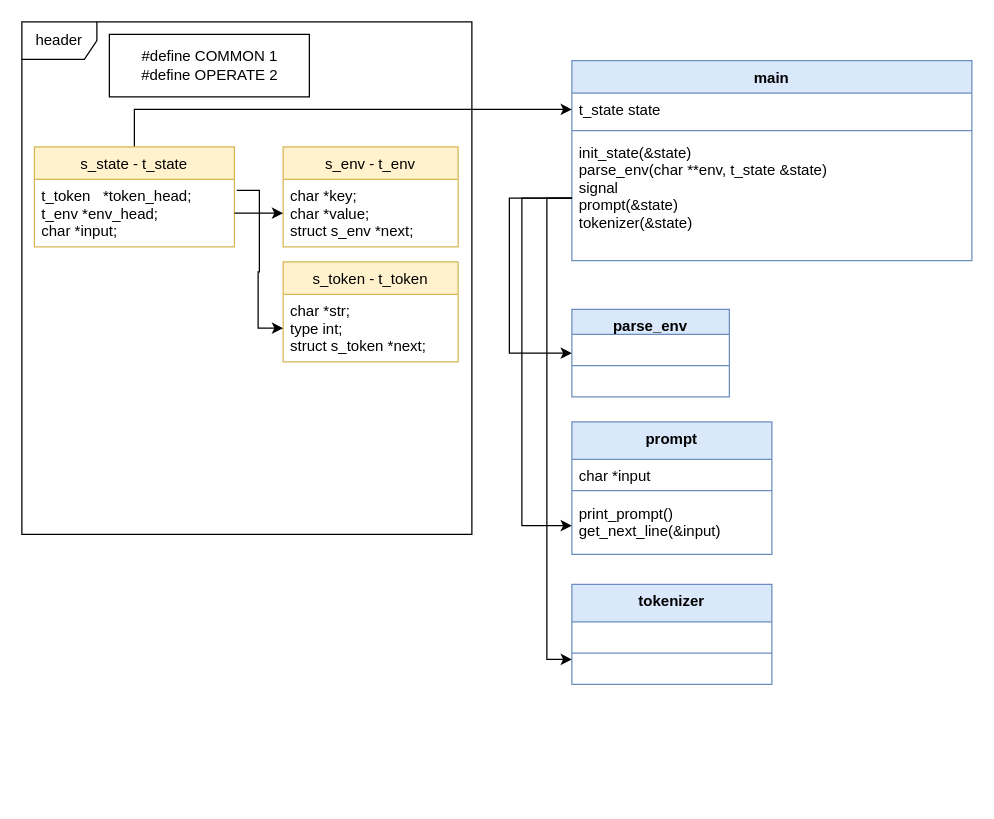
Earlier version of the draw.io diagram UML/minishellUML.drawio (lina0322/42seoul_minishell). Source tidied: cells renumbered, new cells numbered last; positions are measured from the earlier drawing's top-left corner, leaving out a move shared by most shapes. Both pictures are drawn from the tidied source at 125%, with x=0, y=0 at pixel (21, 21).
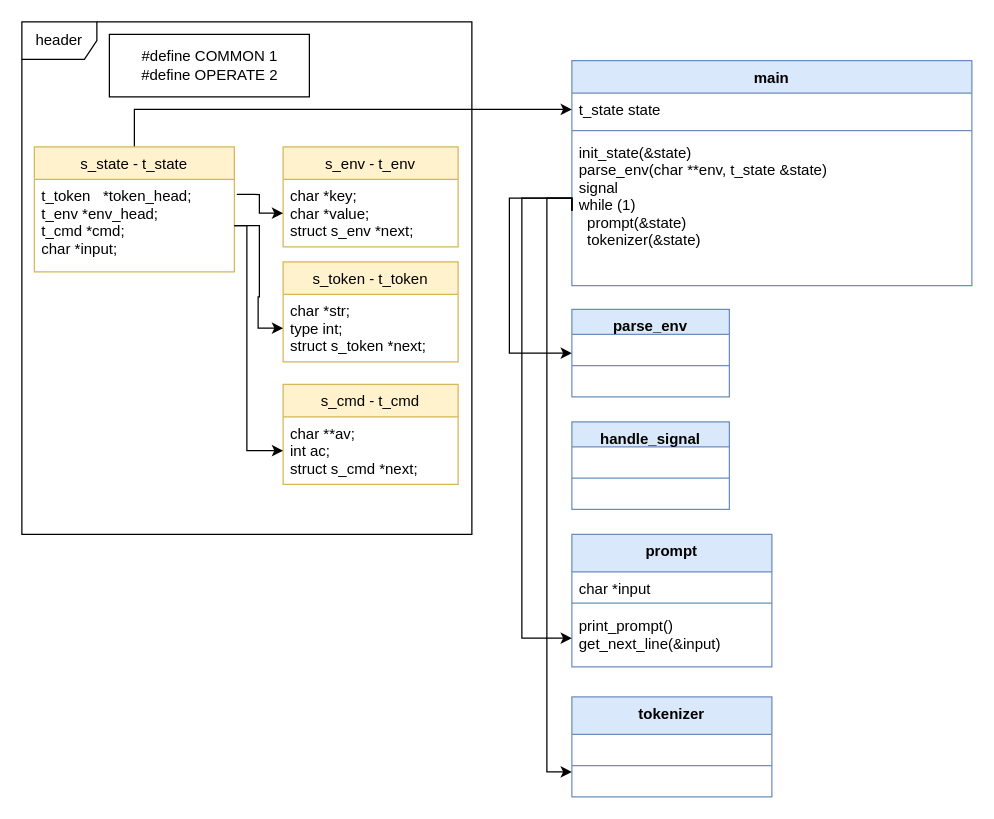
Above is the later version.

Unchanged cells that the change refers to:
```xml
<mxCell id="19" value="print_prompt()&#10;get_next_line(&amp;input)&#10;" style="text;strokeColor=none;fillColor=none;align=left;verticalAlign=top;spacingLeft=4;spacingRight=4;overflow=hidden;points=[[0,0.5],[1,0.5]];portConstraint=eastwest;" parent="16" vertex="1">
  <mxGeometry y="60" width="160" height="46" as="geometry" />
</mxCell>
```

Change to the diagram source:
```diff
@@
     <mxCell id="3" value="main" style="swimlane;fontStyle=1;align=center;verticalAlign=top;horizontal=1;startSize=26;fillColor=#dae8fc;strokeColor=#6c8ebf;" parent="1" vertex="1">
-      <mxGeometry x="440" y="31" width="320" height="160" as="geometry" />
+      <mxGeometry x="440" y="31" width="320" height="180" as="geometry" />
     </mxCell>
@@
-    <mxCell id="6" value="init_state(&amp;state)&#10;parse_env(char **env, t_state &amp;state)&#10;signal&#10;prompt(&amp;state)&#10;tokenizer(&amp;state)&#10;" style="text;strokeColor=none;fillColor=none;align=left;verticalAlign=top;spacingLeft=4;spacingRight=4;overflow=hidden;points=[[0,0.5],[1,0.5]];portConstraint=eastwest;" parent="3" vertex="1">
-      <mxGeometry y="60" width="320" height="100" as="geometry" />
+    <mxCell id="6" value="init_state(&amp;state)&#10;parse_env(char **env, t_state &amp;state)&#10;signal&#10;while (1)&#10;  prompt(&amp;state)&#10;  tokenizer(&amp;state)&#10;" style="text;strokeColor=none;fillColor=none;align=left;verticalAlign=top;spacingLeft=4;spacingRight=4;overflow=hidden;points=[[0,0.5],[1,0.5]];portConstraint=eastwest;" parent="3" vertex="1">
+      <mxGeometry y="60" width="320" height="120" as="geometry" />
     </mxCell>
@@
     <mxCell id="10" value="s_state - t_state" style="swimlane;fontStyle=0;horizontal=1;startSize=26;fillColor=#fff2cc;strokeColor=#d6b656;" parent="1" vertex="1">
-      <mxGeometry x="10" y="100" width="160" height="80" as="geometry" />
+      <mxGeometry x="10" y="100" width="160" height="100" as="geometry" />
     </mxCell>
-    <mxCell id="11" value="t_token   *token_head; &#10;t_env   *env_head; &#10;char   *input; &#10;" style="text;strokeColor=none;fillColor=none;align=left;verticalAlign=top;spacingLeft=4;spacingRight=4;overflow=hidden;points=[[0,0.5],[1,0.5]];portConstraint=eastwest;" parent="10" vertex="1">
-      <mxGeometry y="26" width="160" height="54" as="geometry" />
+    <mxCell id="11" value="t_token   *token_head; &#10;t_env   *env_head; &#10;t_cmd *cmd;&#10;char   *input; &#10;" style="text;strokeColor=none;fillColor=none;align=left;verticalAlign=top;spacingLeft=4;spacingRight=4;overflow=hidden;points=[[0,0.5],[1,0.5]];portConstraint=eastwest;" parent="10" vertex="1">
+      <mxGeometry y="26" width="160" height="74" as="geometry" />
     </mxCell>
@@
     <mxCell id="16" value="prompt&#10;" style="swimlane;fontStyle=1;align=center;verticalAlign=top;horizontal=1;startSize=30;fillColor=#dae8fc;strokeColor=#6c8ebf;" parent="1" vertex="1">
-      <mxGeometry x="440" y="320" width="160" height="106" as="geometry" />
+      <mxGeometry x="440" y="410" width="160" height="106" as="geometry" />
     </mxCell>
@@
     <mxCell id="20" style="edgeStyle=orthogonalEdgeStyle;rounded=0;jettySize=auto;html=1;exitX=0;exitY=0.5;exitDx=0;exitDy=0;entryX=0;entryY=0.5;entryDx=0;entryDy=0;" parent="1" edge="1" source="6" target="19">
       <mxGeometry relative="1" as="geometry">
         <Array as="points">
+          <mxPoint x="440" y="141" />
           <mxPoint x="400" y="141" />
-          <mxPoint x="400" y="403" />
+          <mxPoint x="400" y="493" />
         </Array>
       </mxGeometry>
     </mxCell>
     <mxCell id="21" value="tokenizer" style="swimlane;fontStyle=1;align=center;verticalAlign=top;horizontal=1;startSize=30;fillColor=#dae8fc;strokeColor=#6c8ebf;" parent="1" vertex="1">
-      <mxGeometry x="440" y="450" width="160" height="80" as="geometry" />
+      <mxGeometry x="440" y="540" width="160" height="80" as="geometry" />
     </mxCell>
@@
     <mxCell id="23" style="edgeStyle=orthogonalEdgeStyle;rounded=0;jettySize=auto;html=1;exitX=0;exitY=0.5;exitDx=0;exitDy=0;entryX=0;entryY=0.75;entryDx=0;entryDy=0;" parent="1" edge="1" source="6" target="21">
       <mxGeometry relative="1" as="geometry">
         <Array as="points">
+          <mxPoint x="440" y="141" />
           <mxPoint x="420" y="141" />
-          <mxPoint x="420" y="510" />
+          <mxPoint x="420" y="600" />
         </Array>
       </mxGeometry>
     </mxCell>
@@
+    <mxCell id="28" value="handle_signal" style="swimlane;fontStyle=1;align=center;verticalAlign=top;horizontal=1;startSize=20;fillColor=#dae8fc;strokeColor=#6c8ebf;" parent="1" vertex="1">
+      <mxGeometry x="440" y="320" width="126" height="70" as="geometry" />
+    </mxCell>
+    <mxCell id="29" style="line;strokeWidth=1;fillColor=#dae8fc;align=left;verticalAlign=middle;spacingTop=-1;spacingLeft=3;spacingRight=3;labelPosition=right;strokeColor=#6c8ebf;" parent="28" vertex="1">
+      <mxGeometry y="20" width="126" height="50" as="geometry" />
+    </mxCell>
+    <mxCell id="30" value="s_cmd - t_cmd" style="swimlane;fontStyle=0;horizontal=1;startSize=26;fillColor=#fff2cc;strokeColor=#d6b656;" parent="1" vertex="1">
+      <mxGeometry x="209" y="290" width="140" height="80" as="geometry" />
+    </mxCell>
+    <mxCell id="31" value="char   **av; &#10;int ac;&#10;struct s_cmd *next;" style="text;strokeColor=none;fillColor=none;align=left;verticalAlign=top;spacingLeft=4;spacingRight=4;overflow=hidden;points=[[0,0.5],[1,0.5]];portConstraint=eastwest;" parent="30" vertex="1">
+      <mxGeometry y="26" width="140" height="54" as="geometry" />
+    </mxCell>
+    <mxCell id="32" style="edgeStyle=orthogonalEdgeStyle;rounded=0;jettySize=auto;html=1;" parent="1" edge="1" source="11" target="31">
+      <mxGeometry relative="1" as="geometry">
+        <Array as="points">
+          <mxPoint x="180" y="163" />
+          <mxPoint x="180" y="343" />
+        </Array>
+      </mxGeometry>
+    </mxCell>
```
